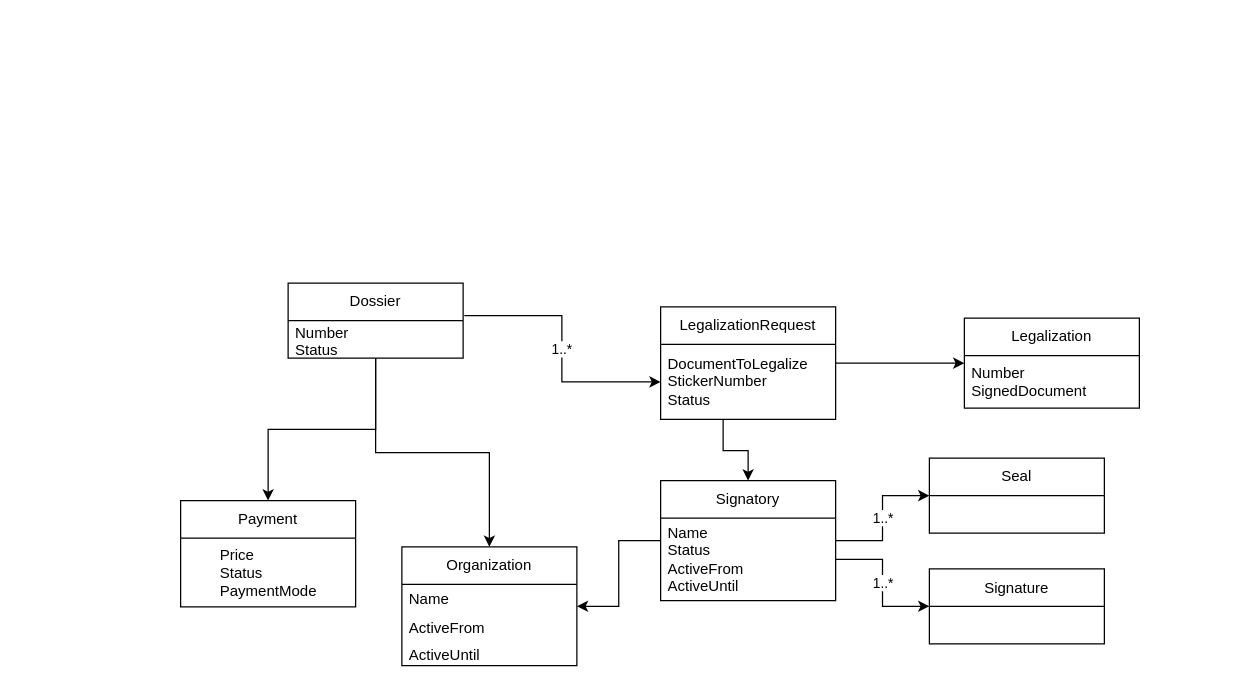
Before: page "Model (conceptual)" (4 of 4) of elegalisation.drawio in JohanHeyvaert/testrepo, a draw.io diagram. Source tidied: cells renumbered, new cells numbered last; positions are measured from the earlier drawing's top-left corner, leaving out a move shared by most shapes. Both pictures are drawn from the tidied source at 125%, with x=0, y=0 at pixel (180, 282).
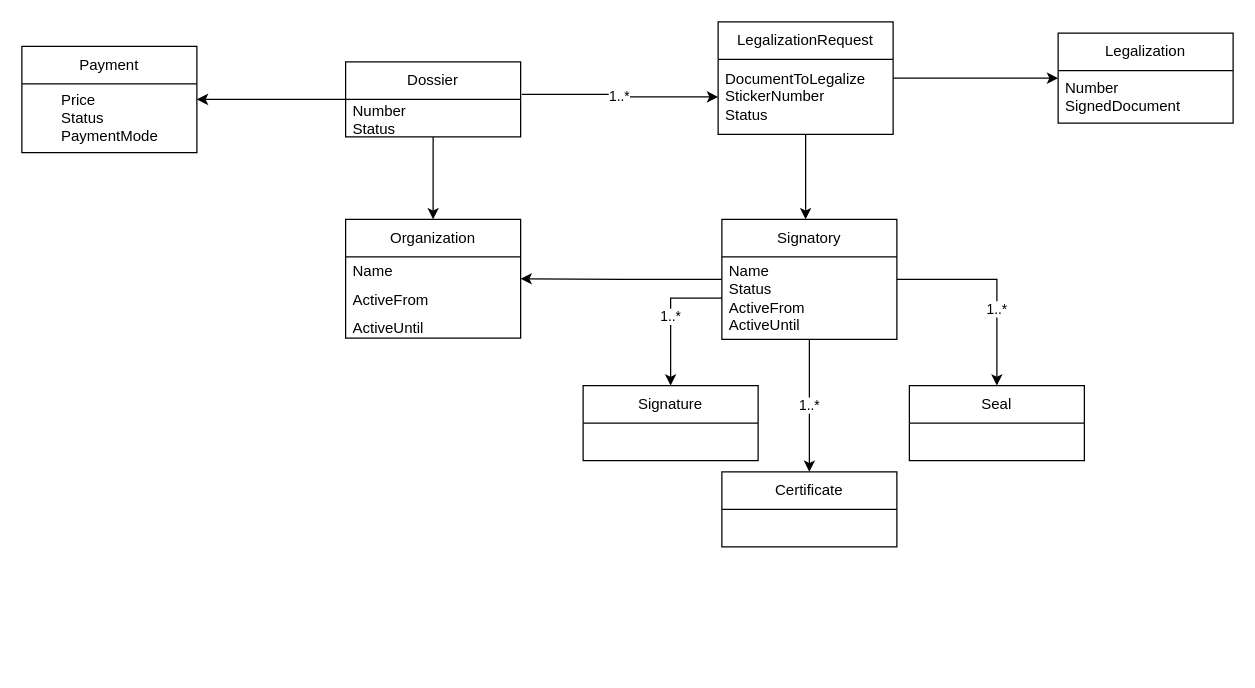
Above is the later version.

The change refers to these unchanged cells:
```xml
<mxCell id="9" value="DocumentToLegalize&lt;br&gt;StickerNumber&lt;br&gt;Status" style="text;strokeColor=none;fillColor=none;align=left;verticalAlign=middle;spacingLeft=4;spacingRight=4;overflow=hidden;points=[[0,0.5],[1,0.5]];portConstraint=eastwest;whiteSpace=wrap;html=1;" parent="8" vertex="1">
  <mxGeometry y="30" width="140" height="60" as="geometry" />
</mxCell>
```

Diff of the diagram source:
```diff
@@
     <mxCell id="5" value="Dossier" style="swimlane;fontStyle=0;horizontal=1;startSize=30;whiteSpace=wrap;html=1;" parent="1" vertex="1">
-      <mxGeometry x="86" width="140" height="60" as="geometry" />
+      <mxGeometry x="132" y="-177" width="140" height="60" as="geometry" />
     </mxCell>
@@
     <mxCell id="8" value="LegalizationRequest" style="swimlane;fontStyle=0;horizontal=1;startSize=30;whiteSpace=wrap;html=1;" parent="1" vertex="1">
-      <mxGeometry x="384" y="19" width="140" height="90" as="geometry" />
+      <mxGeometry x="430" y="-209" width="140" height="90" as="geometry" />
     </mxCell>
@@
     <mxCell id="10" value="Legalization" style="swimlane;fontStyle=0;horizontal=1;startSize=30;whiteSpace=wrap;html=1;" parent="1" vertex="1">
-      <mxGeometry x="627" y="28" width="140" height="72" as="geometry" />
+      <mxGeometry x="702" y="-200" width="140" height="72" as="geometry" />
     </mxCell>
@@
     <mxCell id="12" value="1..*" style="edgeStyle=orthogonalEdgeStyle;rounded=0;jettySize=auto;html=1;" parent="1" edge="1" source="14" target="18">
-      <mxGeometry relative="1" as="geometry" />
+      <mxGeometry x="0.26" relative="1" as="geometry" />
     </mxCell>
@@
+    <mxCell id="26" value="1..*" style="edgeStyle=orthogonalEdgeStyle;rounded=0;jettySize=auto;html=1;endArrow=classic;endFill=1;" parent="1" edge="1" source="14" target="27">
+      <mxGeometry relative="1" as="geometry" />
+    </mxCell>
     <mxCell id="14" value="Signatory" style="swimlane;fontStyle=0;horizontal=1;startSize=30;whiteSpace=wrap;html=1;" parent="1" vertex="1">
-      <mxGeometry x="384" y="158" width="140" height="96" as="geometry" />
+      <mxGeometry x="433" y="-51" width="140" height="96" as="geometry" />
     </mxCell>
@@
     <mxCell id="16" value="Signature" style="swimlane;fontStyle=0;horizontal=1;startSize=30;whiteSpace=wrap;html=1;" parent="1" vertex="1">
-      <mxGeometry x="599" y="228.5" width="140" height="60" as="geometry" />
+      <mxGeometry x="322" y="82" width="140" height="60" as="geometry" />
     </mxCell>
@@
     <mxCell id="18" value="Seal" style="swimlane;fontStyle=0;horizontal=1;startSize=30;whiteSpace=wrap;html=1;" parent="1" vertex="1">
-      <mxGeometry x="599" y="140" width="140" height="60" as="geometry" />
+      <mxGeometry x="583" y="82" width="140" height="60" as="geometry" />
     </mxCell>
     <mxCell id="19" style="edgeStyle=orthogonalEdgeStyle;rounded=0;jettySize=auto;html=1;" parent="1" edge="1" source="9" target="14">
       <mxGeometry relative="1" as="geometry">
         <Array as="points">
-          <mxPoint x="434" y="134" />
-          <mxPoint x="454" y="134" />
+          <mxPoint x="480" y="-43" />
+          <mxPoint x="500" y="-43" />
         </Array>
       </mxGeometry>
     </mxCell>
     <mxCell id="20" value="Payment" style="swimlane;fontStyle=0;horizontal=1;startSize=30;whiteSpace=wrap;html=1;align=center;" parent="1" vertex="1">
-      <mxGeometry y="174" width="140" height="85" as="geometry" />
+      <mxGeometry x="-127" y="-189.5" width="140" height="85" as="geometry" />
     </mxCell>
@@
     <mxCell id="22" value="Organization" style="swimlane;fontStyle=0;horizontal=1;startSize=30;whiteSpace=wrap;html=1;" parent="1" vertex="1">
-      <mxGeometry x="177" y="211" width="140" height="95" as="geometry" />
+      <mxGeometry x="132" y="-51" width="140" height="95" as="geometry" />
     </mxCell>
@@
+    <mxCell id="27" value="Certificate" style="swimlane;fontStyle=0;horizontal=1;startSize=30;whiteSpace=wrap;html=1;" parent="1" vertex="1">
+      <mxGeometry x="433" y="151" width="140" height="60" as="geometry" />
+    </mxCell>
```
